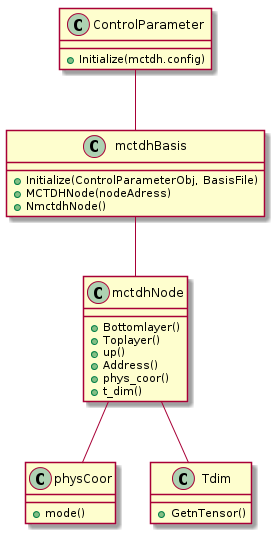
Above: figures/sequenceDiagram.png in pietiep/master-s-thesis (PlantUML), before the change.
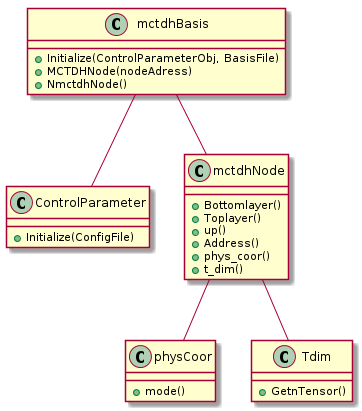
After the commit.

Diff of the diagram source:
```diff
@@ -1,10 +1,10 @@
 @startuml
-ControlParameter - mctdhBasis
+mctdhBasis - ControlParameter
 mctdhBasis -- mctdhNode
 mctdhNode -- physCoor
 mctdhNode -- Tdim
 
-ControlParameter : +Initialize(mctdh.config)
+ControlParameter : +Initialize(ConfigFile)
 mctdhBasis : +Initialize(ControlParameterObj, BasisFile)
 mctdhBasis : +MCTDHNode(nodeAdress)
 mctdhBasis : +NmctdhNode()
```
